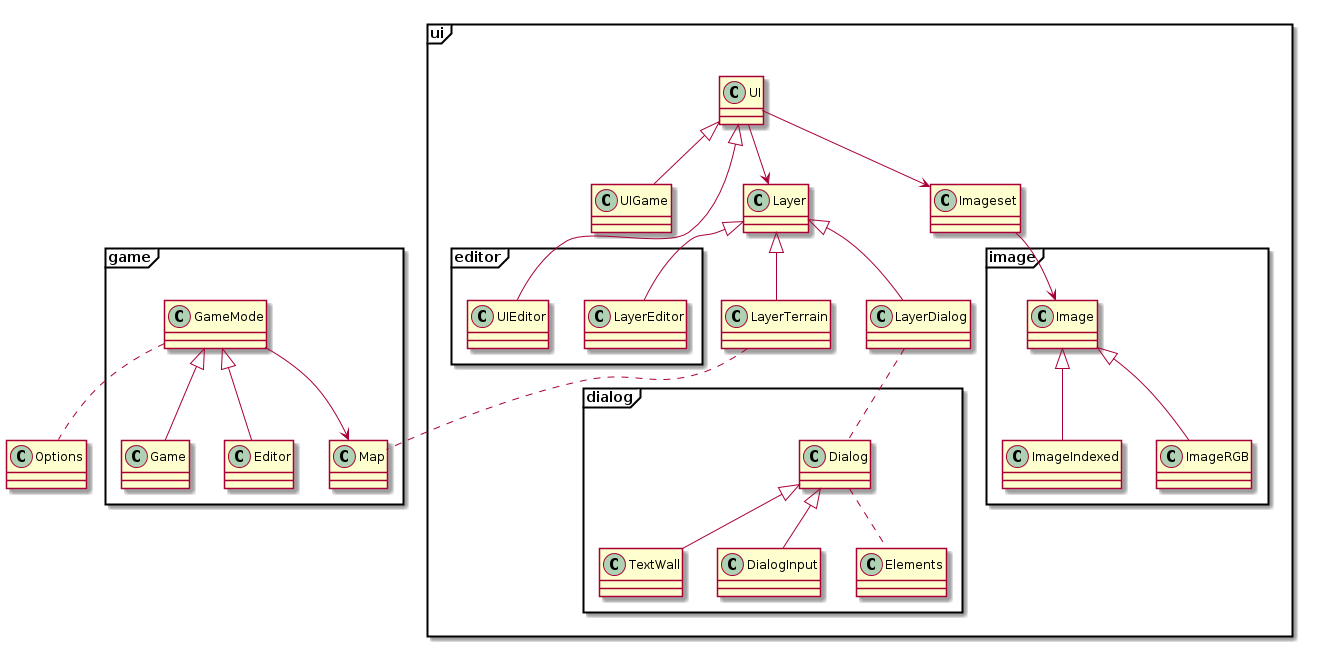
andrenho/newhope keeps this PlantUML diagram as new/doc/classes.png. Above is the earlier version.
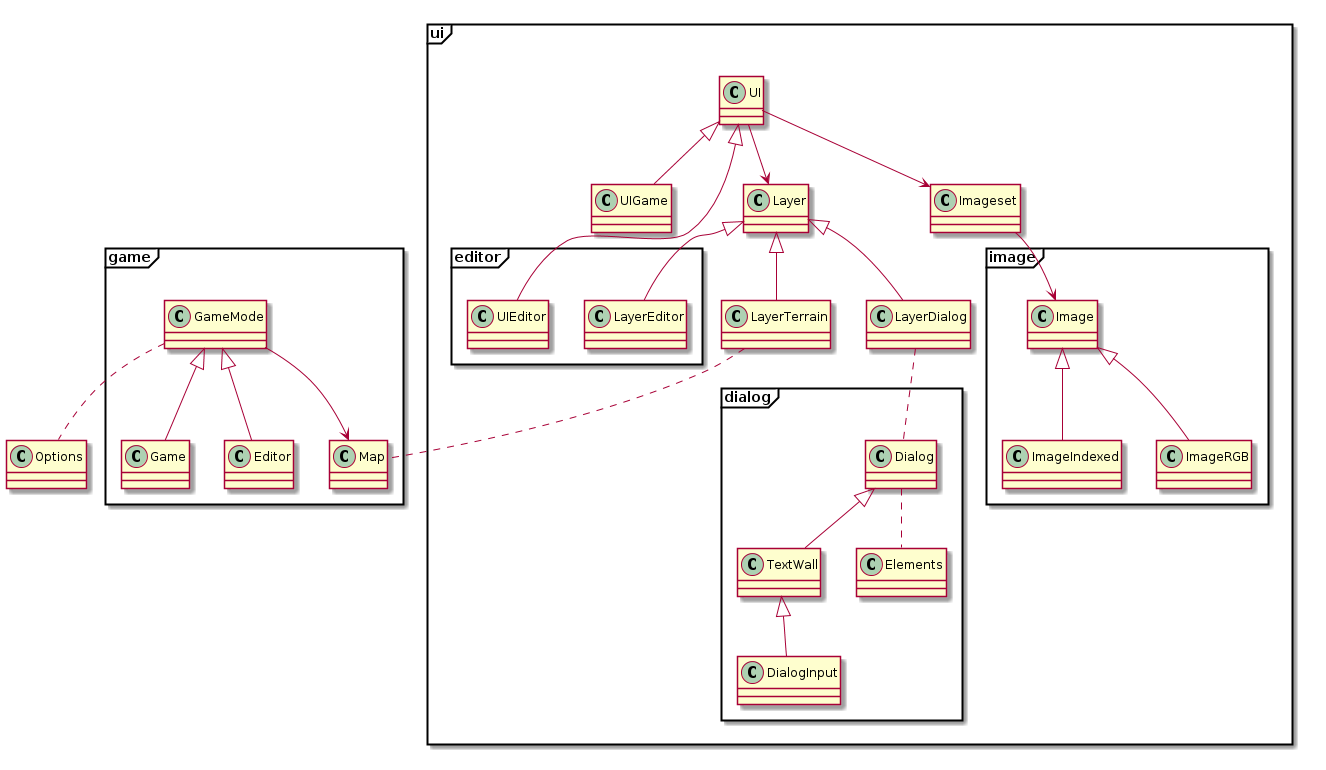
The same diagram one commit later.

Diff of the diagram source:
```diff
@@ -51,7 +51,7 @@
 LayerTerrain .. Map
 GameMode .. Options
 Dialog <|-- TextWall
-Dialog <|-- DialogInput
+TextWall <|-- DialogInput
 Layer <|-- LayerEditor
 Dialog .. Elements
 
```
